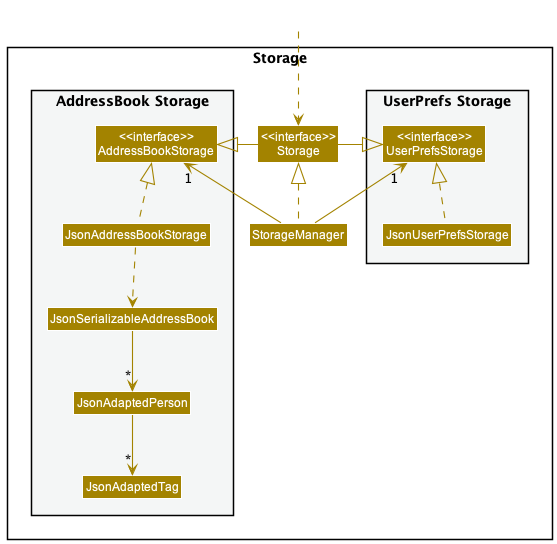
This is docs/images/StorageClassDiagram.png from nus-cs2103-AY2223S1/tp, a PlantUML export, as it was before one commit.
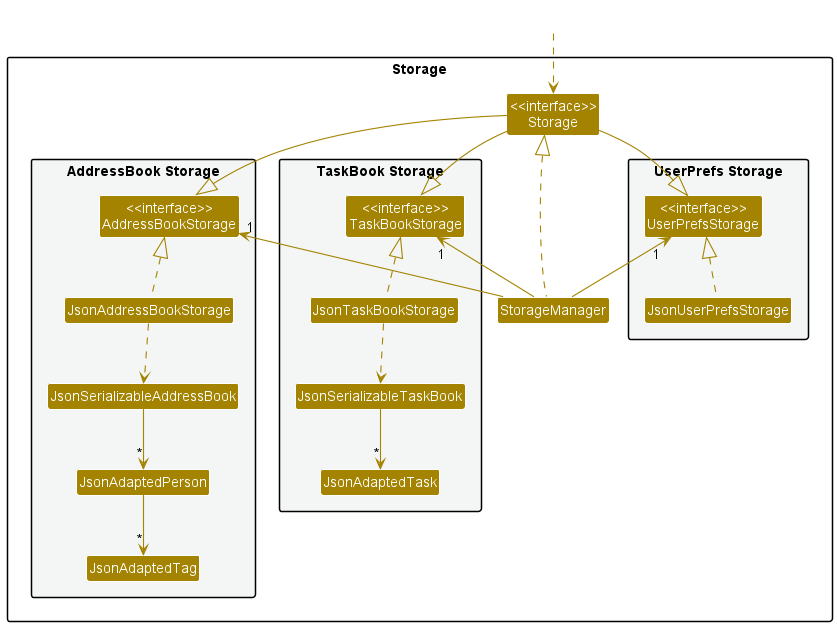
The same file after the commit.

Commit message:
Update DG class diagrams

What changed in the source:
```diff
@@ -22,6 +22,13 @@
 Class JsonAdaptedTag
 }
 
+package "TaskBook Storage" #F4F6F6{
+Class "<<interface>>\nTaskBookStorage" as TaskBookStorage
+Class JsonTaskBookStorage
+Class JsonSerializableTaskBook
+Class JsonAdaptedTask
+}
+
 }
 
 Class HiddenOutside #FFFFFF
@@ -30,9 +37,11 @@
 StorageManager .up.|> Storage
 StorageManager -up-> "1" UserPrefsStorage
 StorageManager -up-> "1" AddressBookStorage
+StorageManager -up-> "1" TaskBookStorage
 
-Storage -left-|> UserPrefsStorage
-Storage -right-|> AddressBookStorage
+Storage --|> TaskBookStorage
+Storage --|> AddressBookStorage
+Storage --|> UserPrefsStorage
 
 JsonUserPrefsStorage .up.|> UserPrefsStorage
 JsonAddressBookStorage .up.|> AddressBookStorage
@@ -40,4 +49,13 @@
 JsonSerializableAddressBook --> "*" JsonAdaptedPerson
 JsonAdaptedPerson --> "*" JsonAdaptedTag
 
+JsonTaskBookStorage .up.|> TaskBookStorage
+JsonTaskBookStorage ..> JsonSerializableTaskBook
+JsonSerializableTaskBook --> "*" JsonAdaptedTask
+
+Storage -[hidden]-> StorageManager
+AddressBookStorage -[hidden]right-> TaskBookStorage
+TaskBookStorage -[hidden]right-> UserPrefsStorage
+
+
 @enduml
```
